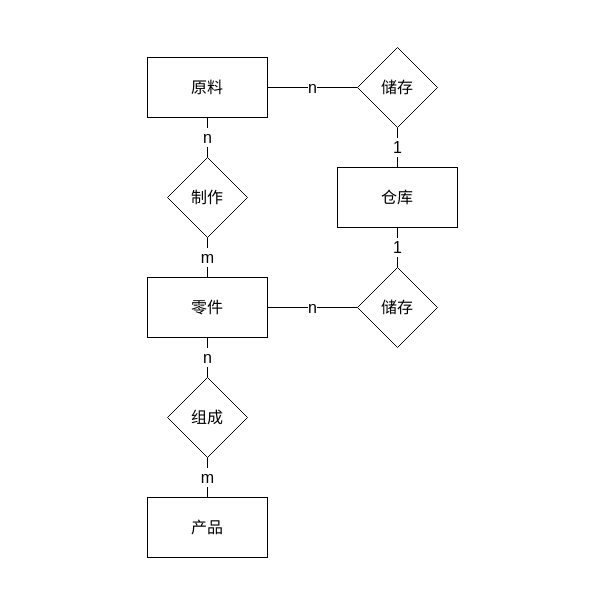
Above: 7.8.drawio in VA1ue-0268/-ER- (draw.io), before the change. Source tidied: cells renumbered, new cells numbered last; positions are measured from the earlier drawing's top-left corner, leaving out a move shared by most shapes. Both pictures are drawn from the tidied source at 100%, with x=0, y=0 at pixel (147, 47).
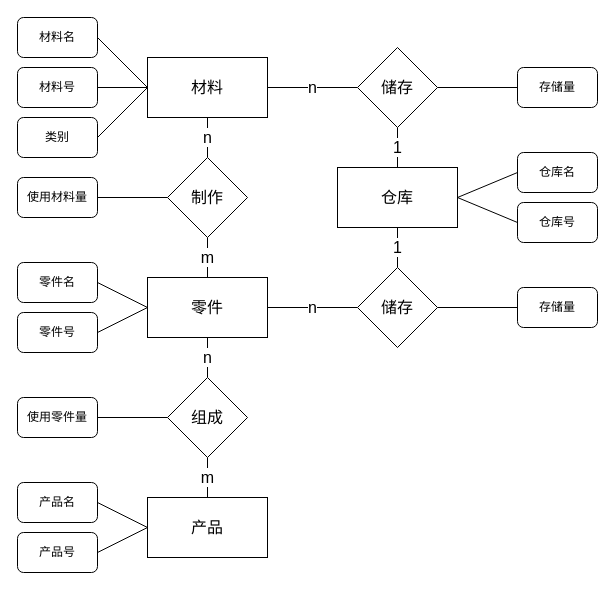
Above is the later version.

Unchanged cells that the change refers to:
```xml
<mxCell id="2" value="产品" style="rounded=0;whiteSpace=wrap;html=1;fontSize=16;" parent="1" vertex="1">
  <mxGeometry y="450" width="120" height="60" as="geometry" />
</mxCell>
<mxCell id="4" value="零件" style="rounded=0;whiteSpace=wrap;html=1;fontSize=16;" parent="1" vertex="1">
  <mxGeometry y="230" width="120" height="60" as="geometry" />
</mxCell>
<mxCell id="6" value="组成" style="rhombus;whiteSpace=wrap;html=1;fontSize=16;" parent="1" vertex="1">
  <mxGeometry x="20" y="330" width="80" height="80" as="geometry" />
</mxCell>
<mxCell id="10" value="制作" style="rhombus;whiteSpace=wrap;html=1;fontSize=16;" parent="1" vertex="1">
  <mxGeometry x="20" y="110" width="80" height="80" as="geometry" />
</mxCell>
<mxCell id="12" value="仓库" style="rounded=0;whiteSpace=wrap;html=1;fontSize=16;" parent="1" vertex="1">
  <mxGeometry x="190" y="120" width="120" height="60" as="geometry" />
</mxCell>
<mxCell id="14" value="储存" style="rhombus;whiteSpace=wrap;html=1;fontSize=16;" parent="1" vertex="1">
  <mxGeometry x="210" y="220" width="80" height="80" as="geometry" />
</mxCell>
<mxCell id="17" value="储存" style="rhombus;whiteSpace=wrap;html=1;fontSize=16;" parent="1" vertex="1">
  <mxGeometry x="210" width="80" height="80" as="geometry" />
</mxCell>
```

Diff of the diagram source:
```diff
@@
-    <mxCell id="8" value="原料" style="rounded=0;whiteSpace=wrap;html=1;fontSize=16;" parent="1" vertex="1">
+    <mxCell id="8" value="材料" style="rounded=0;whiteSpace=wrap;html=1;fontSize=16;" parent="1" vertex="1">
       <mxGeometry y="10" width="120" height="60" as="geometry" />
     </mxCell>
@@
+    <mxCell id="18" style="edgeStyle=none;rounded=0;jettySize=auto;html=1;exitX=1;exitY=0.5;exitDx=0;exitDy=0;entryX=0;entryY=0.5;entryDx=0;entryDy=0;endArrow=none;endFill=0;" parent="1" edge="1" source="14" target="42">
+      <mxGeometry relative="1" as="geometry" />
+    </mxCell>
@@
+    <mxCell id="19" style="edgeStyle=none;rounded=0;jettySize=auto;html=1;exitX=1;exitY=0.5;exitDx=0;exitDy=0;entryX=0;entryY=0.5;entryDx=0;entryDy=0;endArrow=none;endFill=0;" parent="1" edge="1" source="17" target="43">
+      <mxGeometry relative="1" as="geometry" />
+    </mxCell>
@@
+    <mxCell id="20" style="rounded=0;jettySize=auto;html=1;exitX=1;exitY=0.5;exitDx=0;exitDy=0;entryX=0;entryY=0.5;entryDx=0;entryDy=0;endArrow=none;endFill=0;" parent="1" edge="1" source="21" target="2">
+      <mxGeometry relative="1" as="geometry" />
+    </mxCell>
+    <mxCell id="21" value="产品名" style="rounded=1;whiteSpace=wrap;html=1;" parent="1" vertex="1">
+      <mxGeometry x="-130" y="435" width="80" height="40" as="geometry" />
+    </mxCell>
+    <mxCell id="22" style="edgeStyle=none;rounded=0;jettySize=auto;html=1;exitX=1;exitY=0.5;exitDx=0;exitDy=0;entryX=0;entryY=0.5;entryDx=0;entryDy=0;endArrow=none;endFill=0;" parent="1" edge="1" source="23" target="2">
+      <mxGeometry relative="1" as="geometry" />
+    </mxCell>
+    <mxCell id="23" value="产品号" style="rounded=1;whiteSpace=wrap;html=1;" parent="1" vertex="1">
+      <mxGeometry x="-130" y="485" width="80" height="40" as="geometry" />
+    </mxCell>
+    <mxCell id="24" style="edgeStyle=none;rounded=0;jettySize=auto;html=1;exitX=1;exitY=0.5;exitDx=0;exitDy=0;entryX=0;entryY=0.5;entryDx=0;entryDy=0;endArrow=none;endFill=0;" parent="1" edge="1" source="25" target="4">
+      <mxGeometry relative="1" as="geometry" />
+    </mxCell>
+    <mxCell id="25" value="零件名" style="rounded=1;whiteSpace=wrap;html=1;" parent="1" vertex="1">
+      <mxGeometry x="-130" y="215" width="80" height="40" as="geometry" />
+    </mxCell>
+    <mxCell id="26" style="edgeStyle=none;rounded=0;jettySize=auto;html=1;exitX=1;exitY=0.5;exitDx=0;exitDy=0;entryX=0;entryY=0.5;entryDx=0;entryDy=0;endArrow=none;endFill=0;" parent="1" edge="1" source="27" target="4">
+      <mxGeometry relative="1" as="geometry" />
+    </mxCell>
+    <mxCell id="27" value="零件号" style="rounded=1;whiteSpace=wrap;html=1;" parent="1" vertex="1">
+      <mxGeometry x="-130" y="265" width="80" height="40" as="geometry" />
+    </mxCell>
+    <mxCell id="28" style="edgeStyle=none;rounded=0;jettySize=auto;html=1;exitX=1;exitY=0.5;exitDx=0;exitDy=0;entryX=0;entryY=0.5;entryDx=0;entryDy=0;endArrow=none;endFill=0;" parent="1" edge="1" source="29" target="8">
+      <mxGeometry relative="1" as="geometry" />
+    </mxCell>
+    <mxCell id="29" value="材料名" style="rounded=1;whiteSpace=wrap;html=1;" parent="1" vertex="1">
+      <mxGeometry x="-130" y="-30" width="80" height="40" as="geometry" />
+    </mxCell>
+    <mxCell id="30" style="edgeStyle=none;rounded=0;jettySize=auto;html=1;exitX=1;exitY=0.5;exitDx=0;exitDy=0;entryX=0;entryY=0.5;entryDx=0;entryDy=0;endArrow=none;endFill=0;" parent="1" edge="1" source="31" target="8">
+      <mxGeometry relative="1" as="geometry" />
+    </mxCell>
+    <mxCell id="31" value="材料号" style="rounded=1;whiteSpace=wrap;html=1;" parent="1" vertex="1">
+      <mxGeometry x="-130" y="20" width="80" height="40" as="geometry" />
+    </mxCell>
+    <mxCell id="32" style="edgeStyle=none;rounded=0;jettySize=auto;html=1;exitX=0;exitY=0.5;exitDx=0;exitDy=0;entryX=1;entryY=0.5;entryDx=0;entryDy=0;endArrow=none;endFill=0;" parent="1" edge="1" source="33" target="12">
+      <mxGeometry relative="1" as="geometry" />
+    </mxCell>
+    <mxCell id="33" value="仓库名" style="rounded=1;whiteSpace=wrap;html=1;" parent="1" vertex="1">
+      <mxGeometry x="370" y="105" width="80" height="40" as="geometry" />
+    </mxCell>
+    <mxCell id="34" style="edgeStyle=none;rounded=0;jettySize=auto;html=1;exitX=0;exitY=0.5;exitDx=0;exitDy=0;entryX=1;entryY=0.5;entryDx=0;entryDy=0;endArrow=none;endFill=0;" parent="1" edge="1" source="35" target="12">
+      <mxGeometry relative="1" as="geometry" />
+    </mxCell>
+    <mxCell id="35" value="仓库号" style="rounded=1;whiteSpace=wrap;html=1;" parent="1" vertex="1">
+      <mxGeometry x="370" y="155" width="80" height="40" as="geometry" />
+    </mxCell>
+    <mxCell id="36" style="edgeStyle=none;rounded=0;jettySize=auto;html=1;exitX=1;exitY=0.5;exitDx=0;exitDy=0;entryX=0;entryY=0.5;entryDx=0;entryDy=0;endArrow=none;endFill=0;" parent="1" edge="1" source="37" target="8">
+      <mxGeometry relative="1" as="geometry" />
+    </mxCell>
+    <mxCell id="37" value="类别" style="rounded=1;whiteSpace=wrap;html=1;" parent="1" vertex="1">
+      <mxGeometry x="-130" y="70" width="80" height="40" as="geometry" />
+    </mxCell>
+    <mxCell id="38" style="edgeStyle=none;rounded=0;jettySize=auto;html=1;exitX=1;exitY=0.5;exitDx=0;exitDy=0;entryX=0;entryY=0.5;entryDx=0;entryDy=0;endArrow=none;endFill=0;" parent="1" edge="1" source="39" target="6">
+      <mxGeometry relative="1" as="geometry" />
+    </mxCell>
+    <mxCell id="39" value="使用零件量" style="rounded=1;whiteSpace=wrap;html=1;" parent="1" vertex="1">
+      <mxGeometry x="-130" y="350" width="80" height="40" as="geometry" />
+    </mxCell>
+    <mxCell id="40" style="edgeStyle=none;rounded=0;jettySize=auto;html=1;exitX=1;exitY=0.5;exitDx=0;exitDy=0;entryX=0;entryY=0.5;entryDx=0;entryDy=0;endArrow=none;endFill=0;" parent="1" edge="1" source="41" target="10">
+      <mxGeometry relative="1" as="geometry" />
+    </mxCell>
+    <mxCell id="41" value="使用材料量" style="rounded=1;whiteSpace=wrap;html=1;" parent="1" vertex="1">
+      <mxGeometry x="-130" y="130" width="80" height="40" as="geometry" />
+    </mxCell>
+    <mxCell id="42" value="存储量" style="rounded=1;whiteSpace=wrap;html=1;" parent="1" vertex="1">
+      <mxGeometry x="370" y="240" width="80" height="40" as="geometry" />
+    </mxCell>
+    <mxCell id="43" value="存储量" style="rounded=1;whiteSpace=wrap;html=1;" parent="1" vertex="1">
+      <mxGeometry x="370" y="20" width="80" height="40" as="geometry" />
+    </mxCell>
```
